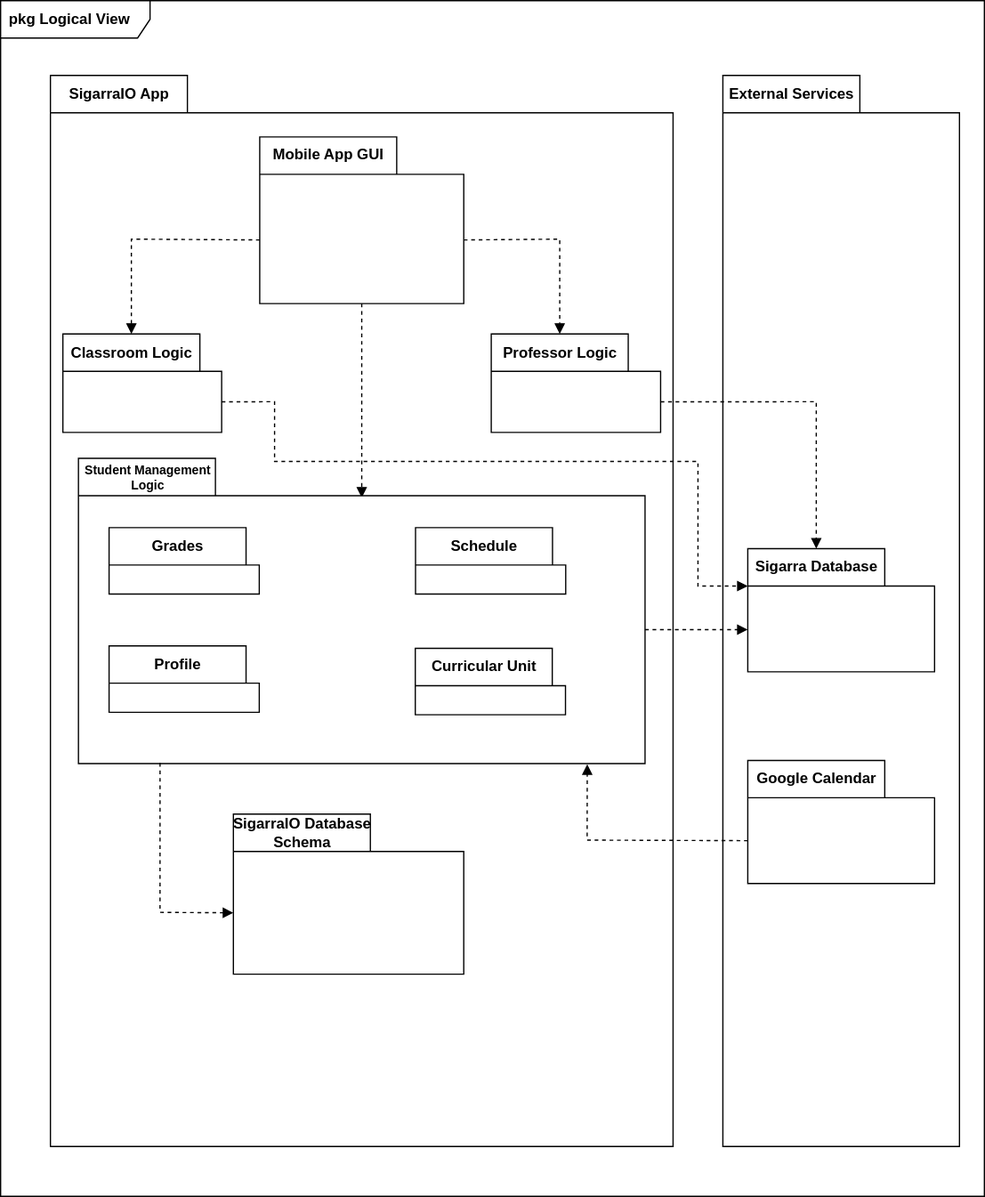
LEIC-ES-2021-22/2LEIC15T1 keeps this draw.io diagram as docs/diagrams/logicalView2.svg. Above is the earlier version. Source tidied: cells renumbered, new cells last; positions are measured from the earlier drawing's top-left corner, leaving out a move shared by most shapes.
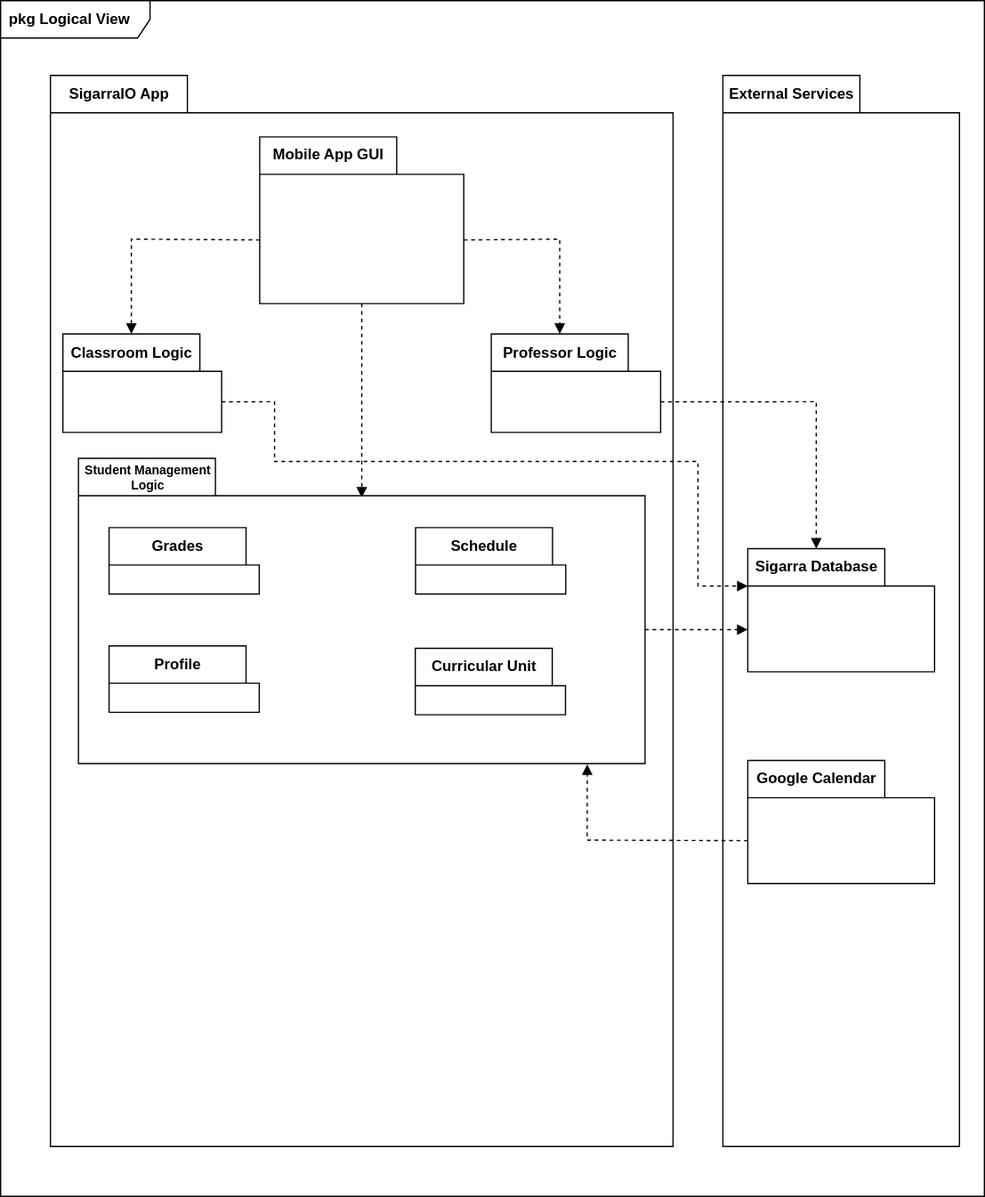
After the commit.

What changed in the source:
```diff
@@ -54,14 +54,6 @@
     <mxCell id="13" style="html=1;verticalAlign=bottom;labelBackgroundColor=none;endArrow=block;endFill=1;dashed=1;rounded=0;fontSize=10;exitX=0.5;exitY=1;exitDx=0;exitDy=0;exitPerimeter=0;entryX=0.5;entryY=0.129;entryDx=0;entryDy=0;entryPerimeter=0;" parent="3" edge="1" source="5" target="16">
       <mxGeometry relative="1" as="geometry" />
     </mxCell>
-    <mxCell id="14" value="SigarraIO Database&lt;br&gt;Schema" style="shape=folder;fontStyle=1;tabWidth=110;tabHeight=30;tabPosition=left;html=1;boundedLbl=1;labelInHeader=1;fontSize=12;" parent="3" vertex="1">
-      <mxGeometry x="146.9" y="593.1" width="185" height="128.5" as="geometry" />
-    </mxCell>
-    <mxCell id="15" style="html=1;strokeColor=none;fillColor=none;fontSize=12;" parent="14" vertex="1">
-      <mxGeometry width="185" height="89.95" relative="1" as="geometry">
-        <mxPoint y="30" as="offset" />
-      </mxGeometry>
-    </mxCell>
     <mxCell id="16" value="&lt;h1 style=&quot;font-size: 10px&quot;&gt;&lt;font style=&quot;font-size: 10px&quot;&gt;Student Management&lt;br&gt;&lt;/font&gt;&lt;font style=&quot;font-size: 10px&quot;&gt;Logic&lt;/font&gt;&lt;/h1&gt;" style="shape=folder;fontStyle=1;tabWidth=110;tabHeight=30;tabPosition=left;html=1;boundedLbl=1;labelInHeader=1;align=center;" parent="3" vertex="1">
       <mxGeometry x="22.5" y="307.4" width="455" height="245.1" as="geometry" />
     </mxCell>
@@ -94,13 +86,6 @@
         <mxPoint y="30" as="offset" />
       </mxGeometry>
     </mxCell>
-    <mxCell id="24" style="html=1;verticalAlign=bottom;labelBackgroundColor=none;endArrow=block;endFill=1;dashed=1;rounded=0;fontSize=10;exitX=0.144;exitY=0.998;exitDx=0;exitDy=0;exitPerimeter=0;entryX=0;entryY=0;entryDx=0;entryDy=79.25287356321839;entryPerimeter=0;" parent="3" edge="1" source="16" target="14">
-      <mxGeometry relative="1" as="geometry">
-        <Array as="points">
-          <mxPoint x="88" y="672" />
-        </Array>
-      </mxGeometry>
-    </mxCell>
     <mxCell id="25" value="&lt;font style=&quot;font-size: 12px&quot;&gt;External Services&lt;/font&gt;" style="shape=folder;fontStyle=1;tabWidth=110;tabHeight=30;tabPosition=left;html=1;boundedLbl=1;labelInHeader=1;fontSize=10;" parent="1" vertex="1">
       <mxGeometry x="580" y="60" width="190" height="860" as="geometry" />
     </mxCell>
```
